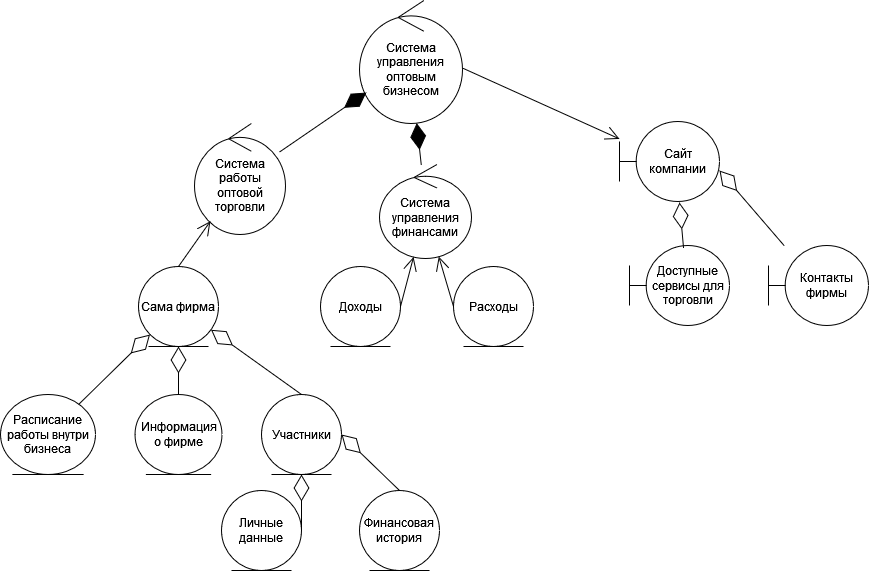
Helpmepleaseitishard/Aikms keeps this draw.io diagram as 111111111.drawio.png. Above is the earlier version. Source tidied: cells renumbered, new cells last; positions are measured from the earlier drawing's top-left corner, leaving out a move shared by most shapes. Its diagram source:
```xml
<mxGraphModel>
  <root>
    <mxCell id="0" />
    <mxCell id="1" parent="0" />
    <mxCell id="2" value="Система управления оптовым бизнесом" style="ellipse;shape=umlControl;whiteSpace=wrap;html=1;" parent="1" vertex="1">
      <mxGeometry x="359" width="103" height="123" as="geometry" />
    </mxCell>
    <mxCell id="3" value="Система работы оптовой торговли" style="ellipse;shape=umlControl;whiteSpace=wrap;html=1;" parent="1" vertex="1">
      <mxGeometry x="194" y="123" width="91" height="111" as="geometry" />
    </mxCell>
    <mxCell id="4" value="Система управления финансами" style="ellipse;shape=umlControl;whiteSpace=wrap;html=1;" parent="1" vertex="1">
      <mxGeometry x="379" y="164" width="92" height="94" as="geometry" />
    </mxCell>
    <mxCell id="5" value="Сайт компании" style="shape=umlBoundary;whiteSpace=wrap;html=1;" parent="1" vertex="1">
      <mxGeometry x="619" y="121" width="100" height="80" as="geometry" />
    </mxCell>
    <mxCell id="6" value="Доходы" style="ellipse;shape=umlEntity;whiteSpace=wrap;html=1;" parent="1" vertex="1">
      <mxGeometry x="320" y="266" width="80" height="80" as="geometry" />
    </mxCell>
    <mxCell id="7" value="Расходы" style="ellipse;shape=umlEntity;whiteSpace=wrap;html=1;" parent="1" vertex="1">
      <mxGeometry x="453" y="266" width="80" height="80" as="geometry" />
    </mxCell>
    <mxCell id="8" value="Доступные сервисы для торговли" style="shape=umlBoundary;whiteSpace=wrap;html=1;" parent="1" vertex="1">
      <mxGeometry x="629" y="245" width="100" height="80" as="geometry" />
    </mxCell>
    <mxCell id="9" value="Контакты фирмы" style="shape=umlBoundary;whiteSpace=wrap;html=1;" parent="1" vertex="1">
      <mxGeometry x="768" y="245" width="100" height="80" as="geometry" />
    </mxCell>
    <mxCell id="10" value="Сама фирма" style="ellipse;shape=umlEntity;whiteSpace=wrap;html=1;" parent="1" vertex="1">
      <mxGeometry x="138" y="266" width="80" height="80" as="geometry" />
    </mxCell>
    <mxCell id="11" value="Расписание работы внутри бизнеса" style="ellipse;shape=umlEntity;whiteSpace=wrap;html=1;" parent="1" vertex="1">
      <mxGeometry y="394" width="95" height="80" as="geometry" />
    </mxCell>
    <mxCell id="12" value="Информация о фирме" style="ellipse;shape=umlEntity;whiteSpace=wrap;html=1;" parent="1" vertex="1">
      <mxGeometry x="134.5" y="394" width="87" height="80" as="geometry" />
    </mxCell>
    <mxCell id="13" value="Участники" style="ellipse;shape=umlEntity;whiteSpace=wrap;html=1;" parent="1" vertex="1">
      <mxGeometry x="261" y="394" width="80" height="80" as="geometry" />
    </mxCell>
    <mxCell id="14" value="Личные данные" style="ellipse;shape=umlEntity;whiteSpace=wrap;html=1;" parent="1" vertex="1">
      <mxGeometry x="221" y="490" width="80" height="80" as="geometry" />
    </mxCell>
    <mxCell id="15" value="Финансовая история" style="ellipse;shape=umlEntity;whiteSpace=wrap;html=1;" parent="1" vertex="1">
      <mxGeometry x="359" y="490" width="80" height="80" as="geometry" />
    </mxCell>
    <mxCell id="16" style="endArrow=diamondThin;endFill=1;endSize=24;html=1;rounded=0;fontSize=12;curved=1;" parent="1" edge="1" source="4" target="2">
      <mxGeometry relative="1" as="geometry" />
    </mxCell>
    <mxCell id="17" style="endArrow=diamondThin;endFill=1;endSize=24;html=1;rounded=0;fontSize=12;curved=1;" parent="1" edge="1" source="3" target="2">
      <mxGeometry relative="1" as="geometry" />
    </mxCell>
    <mxCell id="18" style="endArrow=open;endFill=1;endSize=12;html=1;rounded=0;fontSize=12;curved=1;exitX=1.01;exitY=0.553;exitDx=0;exitDy=0;exitPerimeter=0;" parent="1" edge="1" source="2" target="5">
      <mxGeometry relative="1" as="geometry" />
    </mxCell>
    <mxCell id="19" style="endArrow=diamondThin;endFill=0;endSize=24;html=1;rounded=0;fontSize=12;curved=1;exitX=0.54;exitY=0.025;exitDx=0;exitDy=0;exitPerimeter=0;entryX=0.6;entryY=1.013;entryDx=0;entryDy=0;entryPerimeter=0;" parent="1" edge="1" source="8" target="5">
      <mxGeometry relative="1" as="geometry" />
    </mxCell>
    <mxCell id="20" style="endArrow=diamondThin;endFill=0;endSize=24;html=1;rounded=0;fontSize=12;curved=1;entryX=1;entryY=0.613;entryDx=0;entryDy=0;entryPerimeter=0;" parent="1" edge="1" source="9" target="5">
      <mxGeometry relative="1" as="geometry" />
    </mxCell>
    <mxCell id="21" style="endArrow=open;endFill=1;endSize=12;html=1;rounded=0;fontSize=12;curved=1;exitX=1;exitY=0.5;exitDx=0;exitDy=0;" parent="1" edge="1" source="6" target="4">
      <mxGeometry relative="1" as="geometry" />
    </mxCell>
    <mxCell id="22" style="endArrow=open;endFill=1;endSize=12;html=1;rounded=0;fontSize=12;curved=1;exitX=0;exitY=0.5;exitDx=0;exitDy=0;" parent="1" edge="1" source="7" target="4">
      <mxGeometry relative="1" as="geometry" />
    </mxCell>
    <mxCell id="23" style="endArrow=diamondThin;endFill=0;endSize=24;html=1;rounded=0;fontSize=12;curved=1;" parent="1" edge="1" source="11" target="10">
      <mxGeometry relative="1" as="geometry" />
    </mxCell>
    <mxCell id="24" style="endArrow=diamondThin;endFill=0;endSize=24;html=1;rounded=0;fontSize=12;curved=1;entryX=0.5;entryY=1;entryDx=0;entryDy=0;" parent="1" edge="1" source="12" target="10">
      <mxGeometry relative="1" as="geometry" />
    </mxCell>
    <mxCell id="25" style="endArrow=diamondThin;endFill=0;endSize=24;html=1;rounded=0;fontSize=12;curved=1;exitX=0.5;exitY=0;exitDx=0;exitDy=0;" parent="1" edge="1" source="13" target="10">
      <mxGeometry relative="1" as="geometry" />
    </mxCell>
    <mxCell id="26" style="endArrow=diamondThin;endFill=0;endSize=24;html=1;rounded=0;fontSize=12;curved=1;entryX=1;entryY=0.5;entryDx=0;entryDy=0;exitX=0.5;exitY=0;exitDx=0;exitDy=0;" parent="1" edge="1" source="15" target="13">
      <mxGeometry relative="1" as="geometry" />
    </mxCell>
    <mxCell id="27" style="endArrow=diamondThin;endFill=0;endSize=24;html=1;rounded=0;fontSize=12;curved=1;entryX=0.5;entryY=1;entryDx=0;entryDy=0;exitX=1;exitY=0.5;exitDx=0;exitDy=0;" parent="1" edge="1" source="14" target="13">
      <mxGeometry relative="1" as="geometry" />
    </mxCell>
    <mxCell id="28" style="endArrow=open;endFill=1;endSize=12;html=1;rounded=0;fontSize=12;curved=1;exitX=0.5;exitY=0;exitDx=0;exitDy=0;" parent="1" edge="1" source="10" target="3">
      <mxGeometry relative="1" as="geometry" />
    </mxCell>
  </root>
</mxGraphModel>
```
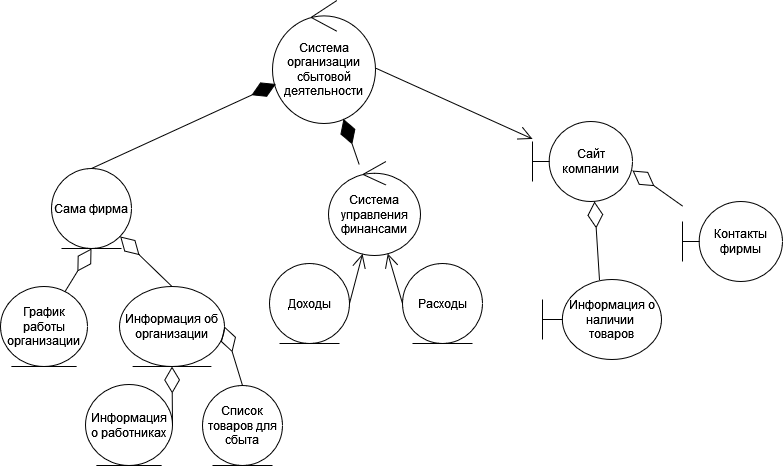
After the commit.

The edit, as a diff of the source:
```diff
@@ -2,60 +2,48 @@
   <root>
     <mxCell id="0" />
     <mxCell id="1" parent="0" />
-    <mxCell id="2" value="Система управления оптовым бизнесом" style="ellipse;shape=umlControl;whiteSpace=wrap;html=1;" parent="1" vertex="1">
+    <mxCell id="2" value="Система организации сбытовой деятельности" style="ellipse;shape=umlControl;whiteSpace=wrap;html=1;" parent="1" vertex="1">
       <mxGeometry x="359" width="103" height="123" as="geometry" />
     </mxCell>
-    <mxCell id="3" value="Система работы оптовой торговли" style="ellipse;shape=umlControl;whiteSpace=wrap;html=1;" parent="1" vertex="1">
-      <mxGeometry x="194" y="123" width="91" height="111" as="geometry" />
-    </mxCell>
     <mxCell id="4" value="Система управления финансами" style="ellipse;shape=umlControl;whiteSpace=wrap;html=1;" parent="1" vertex="1">
-      <mxGeometry x="379" y="164" width="92" height="94" as="geometry" />
+      <mxGeometry x="415" y="161" width="92" height="94" as="geometry" />
     </mxCell>
     <mxCell id="5" value="Сайт компании" style="shape=umlBoundary;whiteSpace=wrap;html=1;" parent="1" vertex="1">
       <mxGeometry x="619" y="121" width="100" height="80" as="geometry" />
     </mxCell>
     <mxCell id="6" value="Доходы" style="ellipse;shape=umlEntity;whiteSpace=wrap;html=1;" parent="1" vertex="1">
-      <mxGeometry x="320" y="266" width="80" height="80" as="geometry" />
+      <mxGeometry x="356" y="263" width="80" height="80" as="geometry" />
     </mxCell>
     <mxCell id="7" value="Расходы" style="ellipse;shape=umlEntity;whiteSpace=wrap;html=1;" parent="1" vertex="1">
-      <mxGeometry x="453" y="266" width="80" height="80" as="geometry" />
+      <mxGeometry x="489" y="263" width="80" height="80" as="geometry" />
     </mxCell>
-    <mxCell id="8" value="Доступные сервисы для торговли" style="shape=umlBoundary;whiteSpace=wrap;html=1;" parent="1" vertex="1">
-      <mxGeometry x="629" y="245" width="100" height="80" as="geometry" />
-    </mxCell>
     <mxCell id="9" value="Контакты фирмы" style="shape=umlBoundary;whiteSpace=wrap;html=1;" parent="1" vertex="1">
-      <mxGeometry x="768" y="245" width="100" height="80" as="geometry" />
+      <mxGeometry x="769" y="201" width="100" height="80" as="geometry" />
     </mxCell>
     <mxCell id="10" value="Сама фирма" style="ellipse;shape=umlEntity;whiteSpace=wrap;html=1;" parent="1" vertex="1">
-      <mxGeometry x="138" y="266" width="80" height="80" as="geometry" />
+      <mxGeometry x="138" y="168" width="80" height="80" as="geometry" />
     </mxCell>
-    <mxCell id="11" value="Расписание работы внутри бизнеса" style="ellipse;shape=umlEntity;whiteSpace=wrap;html=1;" parent="1" vertex="1">
-      <mxGeometry y="394" width="95" height="80" as="geometry" />
-    </mxCell>
-    <mxCell id="12" value="Информация о фирме" style="ellipse;shape=umlEntity;whiteSpace=wrap;html=1;" parent="1" vertex="1">
-      <mxGeometry x="134.5" y="394" width="87" height="80" as="geometry" />
+    <mxCell id="12" value="График работы организации" style="ellipse;shape=umlEntity;whiteSpace=wrap;html=1;" parent="1" vertex="1">
+      <mxGeometry x="87" y="286" width="87" height="80" as="geometry" />
     </mxCell>
-    <mxCell id="13" value="Участники" style="ellipse;shape=umlEntity;whiteSpace=wrap;html=1;" parent="1" vertex="1">
-      <mxGeometry x="261" y="394" width="80" height="80" as="geometry" />
+    <mxCell id="13" value="Информация об организации" style="ellipse;shape=umlEntity;whiteSpace=wrap;html=1;" parent="1" vertex="1">
+      <mxGeometry x="206" y="286" width="105" height="80" as="geometry" />
     </mxCell>
-    <mxCell id="14" value="Личные данные" style="ellipse;shape=umlEntity;whiteSpace=wrap;html=1;" parent="1" vertex="1">
-      <mxGeometry x="221" y="490" width="80" height="80" as="geometry" />
+    <mxCell id="14" value="Информация о работниках" style="ellipse;shape=umlEntity;whiteSpace=wrap;html=1;" parent="1" vertex="1">
+      <mxGeometry x="172" y="384" width="87" height="81" as="geometry" />
     </mxCell>
-    <mxCell id="15" value="Финансовая история" style="ellipse;shape=umlEntity;whiteSpace=wrap;html=1;" parent="1" vertex="1">
-      <mxGeometry x="359" y="490" width="80" height="80" as="geometry" />
+    <mxCell id="15" value="Список товаров для сбыта" style="ellipse;shape=umlEntity;whiteSpace=wrap;html=1;" parent="1" vertex="1">
+      <mxGeometry x="289" y="385" width="80" height="80" as="geometry" />
     </mxCell>
     <mxCell id="16" style="endArrow=diamondThin;endFill=1;endSize=24;html=1;rounded=0;fontSize=12;curved=1;" parent="1" edge="1" source="4" target="2">
       <mxGeometry relative="1" as="geometry" />
     </mxCell>
-    <mxCell id="17" style="endArrow=diamondThin;endFill=1;endSize=24;html=1;rounded=0;fontSize=12;curved=1;" parent="1" edge="1" source="3" target="2">
+    <mxCell id="17" style="endArrow=diamondThin;endFill=1;endSize=24;html=1;rounded=0;fontSize=12;curved=1;exitX=0.5;exitY=0;exitDx=0;exitDy=0;" parent="1" edge="1" source="10" target="2">
       <mxGeometry relative="1" as="geometry" />
     </mxCell>
     <mxCell id="18" style="endArrow=open;endFill=1;endSize=12;html=1;rounded=0;fontSize=12;curved=1;exitX=1.01;exitY=0.553;exitDx=0;exitDy=0;exitPerimeter=0;" parent="1" edge="1" source="2" target="5">
       <mxGeometry relative="1" as="geometry" />
     </mxCell>
-    <mxCell id="19" style="endArrow=diamondThin;endFill=0;endSize=24;html=1;rounded=0;fontSize=12;curved=1;exitX=0.54;exitY=0.025;exitDx=0;exitDy=0;exitPerimeter=0;entryX=0.6;entryY=1.013;entryDx=0;entryDy=0;entryPerimeter=0;" parent="1" edge="1" source="8" target="5">
-      <mxGeometry relative="1" as="geometry" />
-    </mxCell>
     <mxCell id="20" style="endArrow=diamondThin;endFill=0;endSize=24;html=1;rounded=0;fontSize=12;curved=1;entryX=1;entryY=0.613;entryDx=0;entryDy=0;entryPerimeter=0;" parent="1" edge="1" source="9" target="5">
       <mxGeometry relative="1" as="geometry" />
     </mxCell>
@@ -65,9 +53,6 @@
     <mxCell id="22" style="endArrow=open;endFill=1;endSize=12;html=1;rounded=0;fontSize=12;curved=1;exitX=0;exitY=0.5;exitDx=0;exitDy=0;" parent="1" edge="1" source="7" target="4">
       <mxGeometry relative="1" as="geometry" />
     </mxCell>
-    <mxCell id="23" style="endArrow=diamondThin;endFill=0;endSize=24;html=1;rounded=0;fontSize=12;curved=1;" parent="1" edge="1" source="11" target="10">
-      <mxGeometry relative="1" as="geometry" />
-    </mxCell>
     <mxCell id="24" style="endArrow=diamondThin;endFill=0;endSize=24;html=1;rounded=0;fontSize=12;curved=1;entryX=0.5;entryY=1;entryDx=0;entryDy=0;" parent="1" edge="1" source="12" target="10">
       <mxGeometry relative="1" as="geometry" />
     </mxCell>
@@ -80,8 +65,11 @@
     <mxCell id="27" style="endArrow=diamondThin;endFill=0;endSize=24;html=1;rounded=0;fontSize=12;curved=1;entryX=0.5;entryY=1;entryDx=0;entryDy=0;exitX=1;exitY=0.5;exitDx=0;exitDy=0;" parent="1" edge="1" source="14" target="13">
       <mxGeometry relative="1" as="geometry" />
     </mxCell>
-    <mxCell id="28" style="endArrow=open;endFill=1;endSize=12;html=1;rounded=0;fontSize=12;curved=1;exitX=0.5;exitY=0;exitDx=0;exitDy=0;" parent="1" edge="1" source="10" target="3">
-      <mxGeometry relative="1" as="geometry" />
-    </mxCell>
+    <mxCell id="29" value="&lt;div&gt;Информация о наличии&amp;nbsp;&lt;/div&gt;&lt;div&gt;товаров&lt;/div&gt;" style="shape=umlBoundary;whiteSpace=wrap;html=1;" parent="1" vertex="1">
+      <mxGeometry x="629" y="279" width="119" height="80" as="geometry" />
+    </mxCell>
+    <mxCell id="30" style="endArrow=diamondThin;endFill=0;endSize=24;html=1;rounded=0;fontSize=12;curved=1;entryX=0.62;entryY=1;entryDx=0;entryDy=0;entryPerimeter=0;" parent="1" edge="1" source="29" target="5">
+      <mxGeometry relative="1" as="geometry" />
+    </mxCell>
   </root>
 </mxGraphModel>
```
